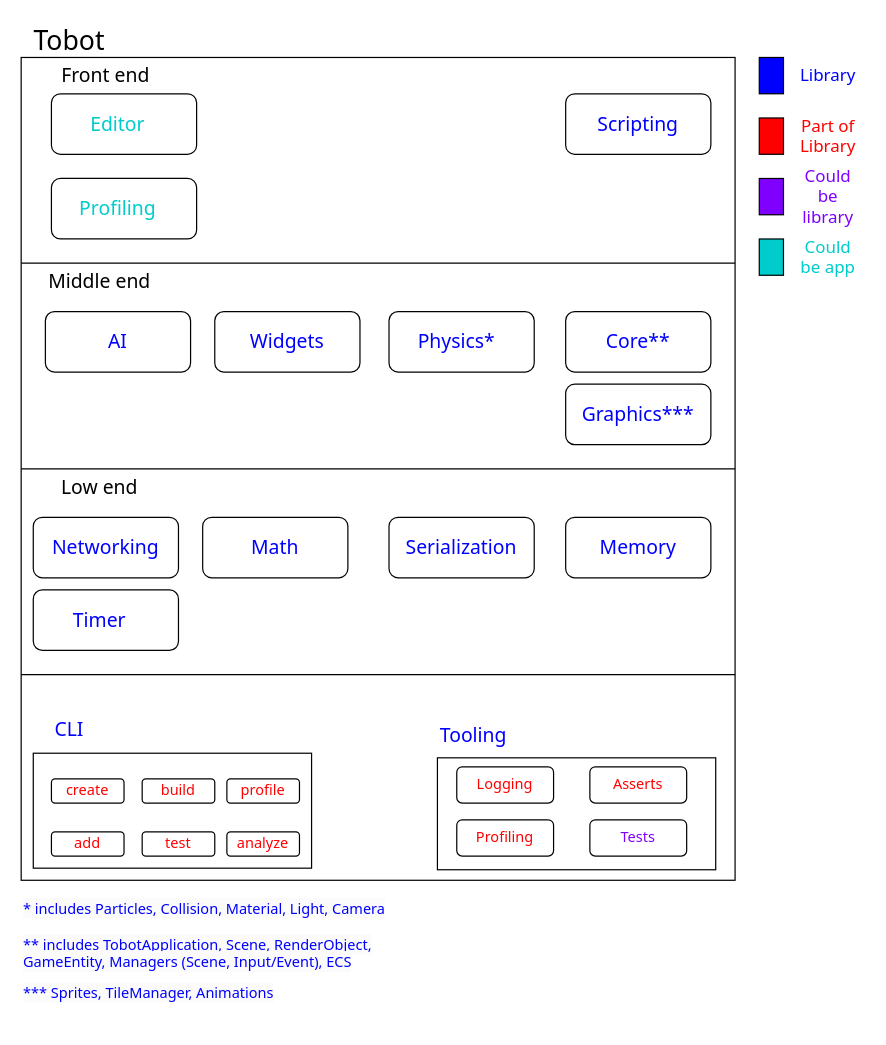
Before: assets/tobot_architecture.drawio in FrederikTobner/tobot-engine, a draw.io diagram. Source tidied: cells renumbered, new cells numbered last; positions are measured from the earlier drawing's top-left corner, leaving out a move shared by most shapes. Both pictures are drawn from the tidied source at 121%, with x=0, y=0 at pixel (21, 21).
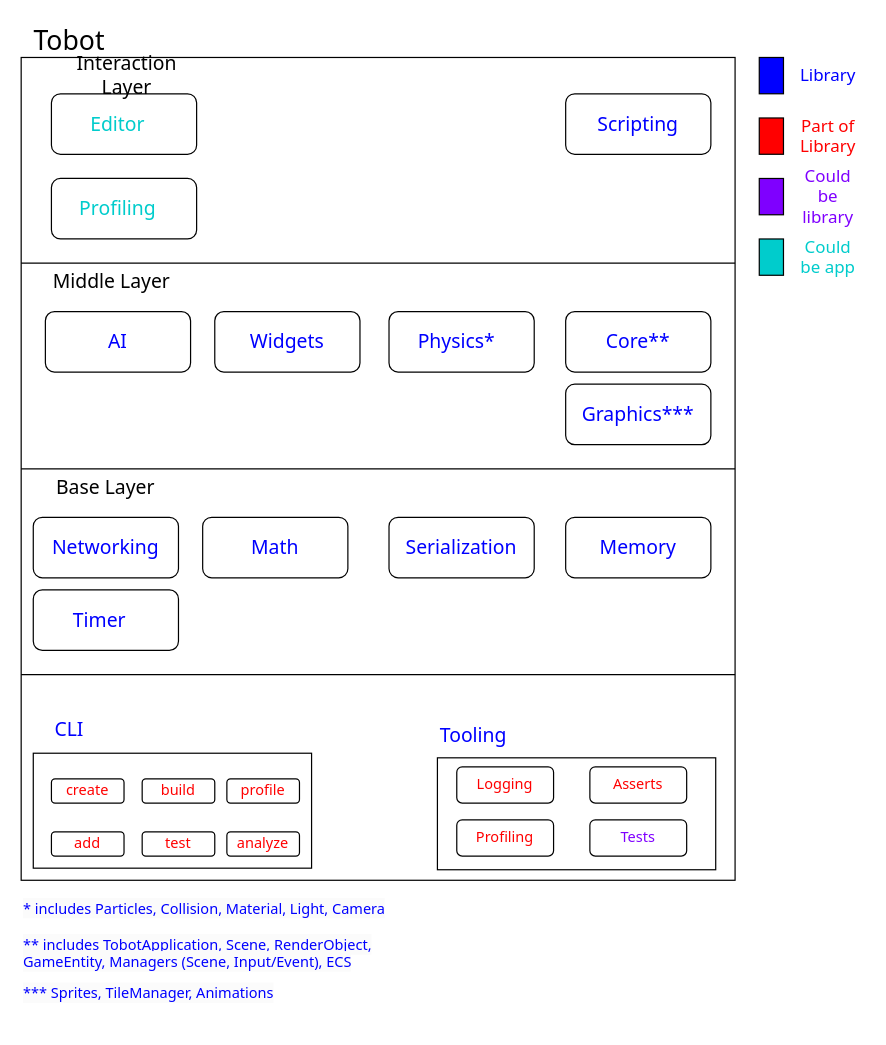
After the change.

Commit message (it also covers changes not shown here):
docs: Adapt layer names

Diff of the diagram source:
```diff
@@
-    <mxCell id="42" value="&lt;font face=&quot;Tahoma&quot; style=&quot;font-size: 16px;&quot;&gt;Low end&lt;/font&gt;" style="text;html=1;strokeColor=none;fillColor=none;align=center;verticalAlign=middle;whiteSpace=wrap;rounded=0;" parent="1" vertex="1">
-      <mxGeometry x="20" y="370" width="90" height="30" as="geometry" />
+    <mxCell id="42" value="&lt;font face=&quot;Tahoma&quot; style=&quot;font-size: 16px;&quot;&gt;Base Layer&lt;/font&gt;" style="text;html=1;strokeColor=none;fillColor=none;align=center;verticalAlign=middle;whiteSpace=wrap;rounded=0;" parent="1" vertex="1">
+      <mxGeometry x="25" y="370" width="90" height="30" as="geometry" />
     </mxCell>
@@
-    <mxCell id="48" value="&lt;font face=&quot;Tahoma&quot; style=&quot;font-size: 16px;&quot;&gt;Middle end&lt;/font&gt;" style="text;html=1;strokeColor=none;fillColor=none;align=center;verticalAlign=middle;whiteSpace=wrap;rounded=0;" parent="1" vertex="1">
-      <mxGeometry x="20" y="200" width="90" height="30" as="geometry" />
+    <mxCell id="48" value="&lt;font face=&quot;Tahoma&quot; style=&quot;font-size: 16px;&quot;&gt;Middle Layer&lt;/font&gt;" style="text;html=1;strokeColor=none;fillColor=none;align=center;verticalAlign=middle;whiteSpace=wrap;rounded=0;" parent="1" vertex="1">
+      <mxGeometry x="20" y="200" width="110" height="30" as="geometry" />
     </mxCell>
-    <mxCell id="49" value="&lt;font face=&quot;Tahoma&quot; style=&quot;font-size: 16px;&quot;&gt;Front end&lt;/font&gt;" style="text;html=1;strokeColor=none;fillColor=none;align=center;verticalAlign=middle;whiteSpace=wrap;rounded=0;" parent="1" vertex="1">
-      <mxGeometry x="25" y="30" width="90" height="30" as="geometry" />
+    <mxCell id="49" value="&lt;font face=&quot;Tahoma&quot; style=&quot;font-size: 16px;&quot;&gt;Interaction Layer&lt;/font&gt;" style="text;html=1;strokeColor=none;fillColor=none;align=center;verticalAlign=middle;whiteSpace=wrap;rounded=0;" parent="1" vertex="1">
+      <mxGeometry x="25" y="30" width="125" height="30" as="geometry" />
     </mxCell>
```
